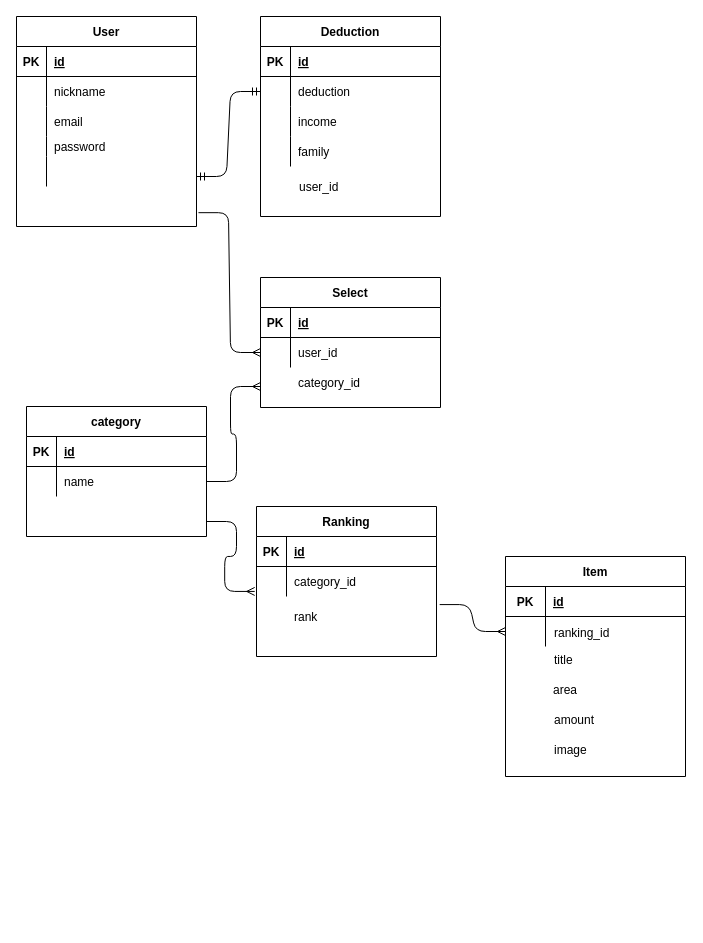
kojikoji00/furusele-app keeps this draw.io diagram as page "ページ1" (1 of 2) of Untitled Diagram.drawio. Above is the earlier version. Source tidied: cells renumbered, new cells numbered last; positions are measured from the earlier drawing's top-left corner, leaving out a move shared by most shapes. Both pictures are drawn from the tidied source at 100%, with x=0, y=0 at pixel (16, 16).
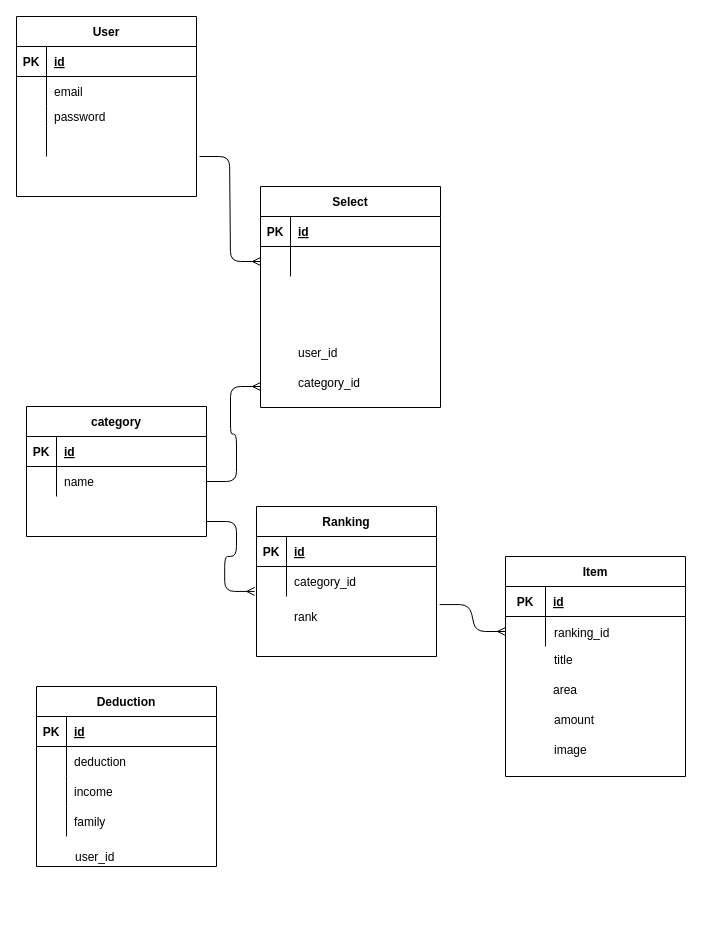
The same page after the edit.

Commit message:
Untitled Diagram.drawio を更新します

The change refers to these unchanged cells:
```xml
<mxCell id="6" style="shape=partialRectangle;fillColor=none;top=0;left=0;bottom=0;right=0;points=[[0,0.5],[1,0.5]];portConstraint=eastwest;" parent="2" vertex="1">
  <mxGeometry y="60" width="180" height="30" as="geometry" />
</mxCell>
<mxCell id="18" style="group;" parent="1" vertex="1">
  <mxGeometry width="180" height="230" as="geometry" />
</mxCell>
<mxCell id="74" style="shape=partialRectangle;fillColor=none;top=0;left=0;bottom=0;right=0;points=[[0,0.5],[1,0.5]];portConstraint=eastwest;" parent="70" vertex="1">
  <mxGeometry y="60" width="180" height="30" as="geometry" />
</mxCell>
```

What changed in the source:
```diff
@@
     <mxCell id="2" value="Select" style="shape=table;startSize=30;childLayout=tableLayout;rowLines=0;fontStyle=1;align=center;" parent="1" vertex="1">
-      <mxGeometry x="244" y="261" width="180" height="130" as="geometry" />
+      <mxGeometry x="244" y="170" width="180" height="221" as="geometry" />
     </mxCell>
@@
     <mxCell id="19" value="User" style="shape=table;startSize=30;childLayout=tableLayout;rowLines=0;fontStyle=1;align=center;" parent="18" vertex="1">
-      <mxGeometry width="180" height="210" as="geometry" />
+      <mxGeometry width="180" height="180" as="geometry" />
     </mxCell>
@@
-    <mxCell id="23" style="shape=partialRectangle;fillColor=none;top=0;left=0;bottom=0;right=0;" parent="19" vertex="1">
-      <mxGeometry y="60" width="180" height="30" as="geometry" />
-    </mxCell>
-    <mxCell id="24" style="shape=partialRectangle;fillColor=none;top=0;left=0;bottom=0;right=0;overflow=hidden;" parent="23" vertex="1">
-      <mxGeometry width="30" height="30" as="geometry" />
-    </mxCell>
-    <mxCell id="25" value="nickname" style="shape=partialRectangle;fillColor=none;top=0;left=0;bottom=0;right=0;align=left;spacingLeft=6;overflow=hidden;" parent="23" vertex="1">
-      <mxGeometry x="30" width="150" height="30" as="geometry" />
-    </mxCell>
     <mxCell id="26" style="shape=partialRectangle;fillColor=none;top=0;left=0;bottom=0;right=0;" parent="19" vertex="1">
-      <mxGeometry y="90" width="180" height="30" as="geometry" />
+      <mxGeometry y="60" width="180" height="30" as="geometry" />
     </mxCell>
@@
     <mxCell id="29" style="shape=partialRectangle;fillColor=none;top=0;left=0;bottom=0;right=0;" parent="19" vertex="1">
-      <mxGeometry y="120" width="180" height="20" as="geometry" />
+      <mxGeometry y="90" width="180" height="20" as="geometry" />
     </mxCell>
@@
     <mxCell id="32" style="shape=partialRectangle;fillColor=none;top=0;left=0;bottom=0;right=0;points=[[0,0.5],[1,0.5]];portConstraint=eastwest;" parent="19" vertex="1">
-      <mxGeometry y="140" width="180" height="30" as="geometry" />
+      <mxGeometry y="110" width="180" height="30" as="geometry" />
     </mxCell>
@@
-    <mxCell id="35" style="shape=partialRectangle;fillColor=none;top=0;left=0;bottom=0;right=0;points=[[0,0.5],[1,0.5]];portConstraint=eastwest;" parent="18" vertex="1">
-      <mxGeometry y="173" width="180" height="20" as="geometry" />
-    </mxCell>
-    <mxCell id="36" style="shape=partialRectangle;fillColor=none;top=0;left=0;bottom=0;right=0;overflow=hidden;" parent="35" vertex="1">
-      <mxGeometry width="30" height="20" as="geometry" />
-    </mxCell>
-    <mxCell id="37" style="shape=partialRectangle;fillColor=none;top=0;left=0;bottom=0;right=0;align=left;spacingLeft=6;overflow=hidden;" parent="35" vertex="1">
-      <mxGeometry x="30" width="150" height="20" as="geometry" />
-    </mxCell>
@@
-    <mxCell id="68" style="edgeStyle=entityRelationEdgeStyle;fontSize=12;html=1;endArrow=ERmany;entryX=0;entryY=0.5;entryDx=0;entryDy=0;exitX=1.011;exitY=1.159;exitDx=0;exitDy=0;exitPerimeter=0;" parent="1" edge="1" source="35" target="6">
+    <mxCell id="68" style="edgeStyle=entityRelationEdgeStyle;fontSize=12;html=1;endArrow=ERmany;entryX=0;entryY=0.5;entryDx=0;entryDy=0;exitX=1.017;exitY=1;exitDx=0;exitDy=0;exitPerimeter=0;" parent="1" edge="1" source="32" target="6">
       <mxGeometry relative="1" as="geometry" />
     </mxCell>
@@
     <mxCell id="70" value="Deduction" style="shape=table;startSize=30;childLayout=tableLayout;rowLines=0;fontStyle=1;align=center;" parent="1" vertex="1">
-      <mxGeometry x="244" width="180" height="200" as="geometry" />
+      <mxGeometry x="20" y="670" width="180" height="180" as="geometry" />
     </mxCell>
@@
     <mxCell id="83" style="shape=partialRectangle;fillColor=none;top=0;left=0;bottom=0;right=0;" parent="1" vertex="1">
-      <mxGeometry x="244" y="120" width="180" height="30" as="geometry" />
+      <mxGeometry x="20" y="790" width="180" height="30" as="geometry" />
     </mxCell>
@@
-    <mxCell id="86" style="edgeStyle=entityRelationEdgeStyle;fontSize=12;html=1;endArrow=ERmandOne;startArrow=ERmandOne;entryX=0;entryY=0.5;entryDx=0;entryDy=0;" parent="1" edge="1" target="74">
-      <mxGeometry relative="1" as="geometry">
-        <mxPoint x="180" y="160" as="sourcePoint" />
-      </mxGeometry>
-    </mxCell>
     <mxCell id="87" style="shape=partialRectangle;fillColor=none;top=0;left=0;bottom=0;right=0;" parent="1" vertex="1">
-      <mxGeometry x="245" y="155" width="180" height="30" as="geometry" />
+      <mxGeometry x="21" y="825" width="180" height="30" as="geometry" />
     </mxCell>
```
